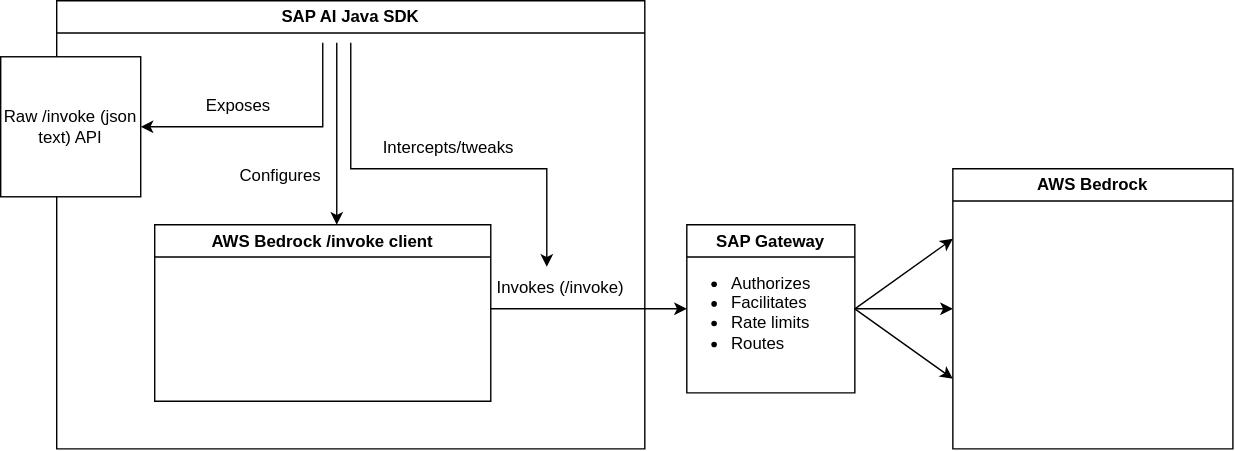
Before: docs/adrs/images/option_b.drawio.svg, a diagram exported from draw.io (SAP/ai-sdk-java). Source tidied: cells renumbered, new cells last; positions are measured from the earlier drawing's top-left corner, leaving out a move shared by most shapes. Source of this version:
```xml
<mxGraphModel>
  <root>
    <mxCell id="0" />
    <mxCell id="1" parent="0" />
    <mxCell id="2" value="AWS Bedrock /invoke client" style="swimlane;whiteSpace=wrap;html=1;" parent="1" vertex="1">
      <mxGeometry x="110" y="160" width="240" height="126" as="geometry" />
    </mxCell>
    <mxCell id="3" value="SAP AI Java SDK" style="swimlane;whiteSpace=wrap;html=1;" parent="1" vertex="1">
      <mxGeometry x="40" width="420" height="320" as="geometry" />
    </mxCell>
    <mxCell id="4" value="Raw /invoke (json text) API" style="whiteSpace=wrap;html=1;" parent="3" vertex="1">
      <mxGeometry x="-40" y="40" width="100" height="100" as="geometry" />
    </mxCell>
    <mxCell id="5" value="Exposes" style="text;html=1;whiteSpace=wrap;strokeColor=none;fillColor=none;align=center;verticalAlign=middle;rounded=0;" parent="3" vertex="1">
      <mxGeometry x="100" y="60" width="60" height="30" as="geometry" />
    </mxCell>
    <mxCell id="6" value="Configures" style="text;html=1;whiteSpace=wrap;strokeColor=none;fillColor=none;align=center;verticalAlign=middle;rounded=0;" parent="3" vertex="1">
      <mxGeometry x="110" y="110" width="100" height="30" as="geometry" />
    </mxCell>
    <mxCell id="7" style="endArrow=classic;html=1;rounded=0;entryX=0;entryY=0.5;entryDx=0;entryDy=0;" parent="3" edge="1" target="13">
      <mxGeometry relative="1" as="geometry">
        <mxPoint x="310" y="220" as="sourcePoint" />
      </mxGeometry>
    </mxCell>
    <mxCell id="8" value="Invokes (/invoke)" style="text;html=1;whiteSpace=wrap;strokeColor=none;fillColor=none;align=center;verticalAlign=middle;rounded=0;" parent="3" vertex="1">
      <mxGeometry x="310" y="190" width="100" height="30" as="geometry" />
    </mxCell>
    <mxCell id="9" style="endArrow=classic;html=1;rounded=0;" parent="3" edge="1">
      <mxGeometry x="0.03" relative="1" as="geometry">
        <mxPoint x="210" y="30" as="sourcePoint" />
        <mxPoint x="350" y="190" as="targetPoint" />
        <Array as="points">
          <mxPoint x="210" y="120" />
          <mxPoint x="350" y="120" />
        </Array>
      </mxGeometry>
    </mxCell>
    <mxCell id="10" value="Intercepts/tweaks" style="text;html=1;whiteSpace=wrap;strokeColor=none;fillColor=none;align=center;verticalAlign=middle;rounded=0;" parent="3" vertex="1">
      <mxGeometry x="230" y="90" width="100" height="30" as="geometry" />
    </mxCell>
    <mxCell id="11" style="endArrow=classic;html=1;rounded=0;entryX=1;entryY=0.5;entryDx=0;entryDy=0;" parent="1" edge="1" target="4">
      <mxGeometry relative="1" as="geometry">
        <mxPoint x="230" y="30" as="sourcePoint" />
        <Array as="points">
          <mxPoint x="230" y="90" />
        </Array>
      </mxGeometry>
    </mxCell>
    <mxCell id="12" style="endArrow=classic;html=1;rounded=0;" parent="1" edge="1">
      <mxGeometry relative="1" as="geometry">
        <mxPoint x="240" y="30" as="sourcePoint" />
        <mxPoint x="240" y="160" as="targetPoint" />
      </mxGeometry>
    </mxCell>
    <mxCell id="13" value="SAP Gateway" style="swimlane;whiteSpace=wrap;html=1;" parent="1" vertex="1">
      <mxGeometry x="490" y="160" width="120" height="120" as="geometry" />
    </mxCell>
    <mxCell id="14" value="&lt;ul&gt;&lt;li&gt;Authorizes&lt;/li&gt;&lt;li&gt;Facilitates&lt;br&gt;&lt;/li&gt;&lt;li&gt;Rate limits&lt;/li&gt;&lt;li&gt;Routes&lt;/li&gt;&lt;/ul&gt;" style="text;strokeColor=none;fillColor=none;html=1;whiteSpace=wrap;verticalAlign=middle;overflow=hidden;" parent="13" vertex="1">
      <mxGeometry x="-10" y="20" width="100" height="80" as="geometry" />
    </mxCell>
    <mxCell id="15" value="AWS Bedrock" style="swimlane;whiteSpace=wrap;html=1;startSize=23;" parent="1" vertex="1">
      <mxGeometry x="680" y="120" width="200" height="200" as="geometry" />
    </mxCell>
    <mxCell id="16" style="endArrow=classic;html=1;rounded=0;entryX=0;entryY=0.25;entryDx=0;entryDy=0;" parent="1" edge="1" target="15">
      <mxGeometry relative="1" as="geometry">
        <mxPoint x="610" y="220" as="sourcePoint" />
      </mxGeometry>
    </mxCell>
    <mxCell id="17" style="endArrow=classic;html=1;rounded=0;entryX=0;entryY=0.5;entryDx=0;entryDy=0;" parent="1" edge="1" target="15">
      <mxGeometry relative="1" as="geometry">
        <mxPoint x="610" y="220" as="sourcePoint" />
      </mxGeometry>
    </mxCell>
    <mxCell id="18" style="endArrow=classic;html=1;rounded=0;entryX=0;entryY=0.75;entryDx=0;entryDy=0;" parent="1" edge="1" target="15">
      <mxGeometry relative="1" as="geometry">
        <mxPoint x="610" y="220" as="sourcePoint" />
      </mxGeometry>
    </mxCell>
  </root>
</mxGraphModel>
```
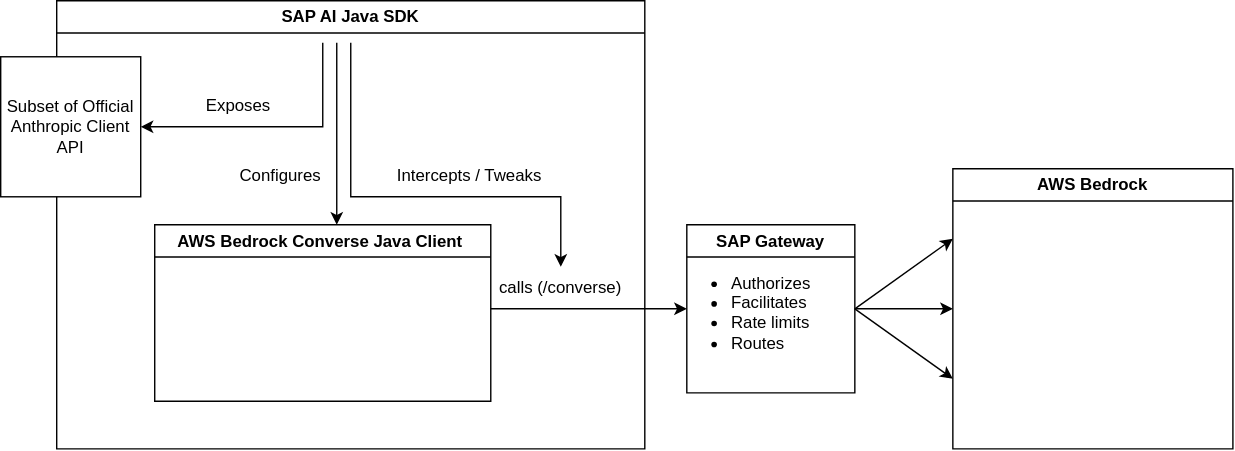
The same diagram one commit later.

Change to the diagram source:
```diff
@@ -2,56 +2,46 @@
   <root>
     <mxCell id="0" />
     <mxCell id="1" parent="0" />
-    <mxCell id="2" value="AWS Bedrock /invoke client" style="swimlane;whiteSpace=wrap;html=1;" parent="1" vertex="1">
-      <mxGeometry x="110" y="160" width="240" height="126" as="geometry" />
-    </mxCell>
+    <mxCell id="19" value="AWS Bedrock Converse Java Client&amp;nbsp;" style="swimlane;whiteSpace=wrap;html=1;" parent="1" vertex="1">
+      <mxGeometry x="110" y="160" width="240" height="126" as="geometry" />
+    </mxCell>
     <mxCell id="3" value="SAP AI Java SDK" style="swimlane;whiteSpace=wrap;html=1;" parent="1" vertex="1">
       <mxGeometry x="40" width="420" height="320" as="geometry" />
     </mxCell>
-    <mxCell id="4" value="Raw /invoke (json text) API" style="whiteSpace=wrap;html=1;" parent="3" vertex="1">
-      <mxGeometry x="-40" y="40" width="100" height="100" as="geometry" />
-    </mxCell>
+    <mxCell id="20" value="Subset of Official Anthropic Client API" style="whiteSpace=wrap;html=1;" parent="3" vertex="1">
+      <mxGeometry x="-40" y="40" width="100" height="100" as="geometry" />
+    </mxCell>
     <mxCell id="5" value="Exposes" style="text;html=1;whiteSpace=wrap;strokeColor=none;fillColor=none;align=center;verticalAlign=middle;rounded=0;" parent="3" vertex="1">
       <mxGeometry x="100" y="60" width="60" height="30" as="geometry" />
     </mxCell>
     <mxCell id="6" value="Configures" style="text;html=1;whiteSpace=wrap;strokeColor=none;fillColor=none;align=center;verticalAlign=middle;rounded=0;" parent="3" vertex="1">
       <mxGeometry x="110" y="110" width="100" height="30" as="geometry" />
     </mxCell>
-    <mxCell id="7" style="endArrow=classic;html=1;rounded=0;entryX=0;entryY=0.5;entryDx=0;entryDy=0;" parent="3" edge="1" target="13">
-      <mxGeometry relative="1" as="geometry">
-        <mxPoint x="310" y="220" as="sourcePoint" />
-      </mxGeometry>
-    </mxCell>
-    <mxCell id="8" value="Invokes (/invoke)" style="text;html=1;whiteSpace=wrap;strokeColor=none;fillColor=none;align=center;verticalAlign=middle;rounded=0;" parent="3" vertex="1">
-      <mxGeometry x="310" y="190" width="100" height="30" as="geometry" />
-    </mxCell>
-    <mxCell id="9" style="endArrow=classic;html=1;rounded=0;" parent="3" edge="1">
-      <mxGeometry x="0.03" relative="1" as="geometry">
-        <mxPoint x="210" y="30" as="sourcePoint" />
-        <mxPoint x="350" y="190" as="targetPoint" />
-        <Array as="points">
-          <mxPoint x="210" y="120" />
-          <mxPoint x="350" y="120" />
-        </Array>
-      </mxGeometry>
-    </mxCell>
-    <mxCell id="10" value="Intercepts/tweaks" style="text;html=1;whiteSpace=wrap;strokeColor=none;fillColor=none;align=center;verticalAlign=middle;rounded=0;" parent="3" vertex="1">
-      <mxGeometry x="230" y="90" width="100" height="30" as="geometry" />
-    </mxCell>
-    <mxCell id="11" style="endArrow=classic;html=1;rounded=0;entryX=1;entryY=0.5;entryDx=0;entryDy=0;" parent="1" edge="1" target="4">
-      <mxGeometry relative="1" as="geometry">
-        <mxPoint x="230" y="30" as="sourcePoint" />
-        <Array as="points">
-          <mxPoint x="230" y="90" />
-        </Array>
-      </mxGeometry>
-    </mxCell>
-    <mxCell id="12" style="endArrow=classic;html=1;rounded=0;" parent="1" edge="1">
-      <mxGeometry relative="1" as="geometry">
-        <mxPoint x="240" y="30" as="sourcePoint" />
-        <mxPoint x="240" y="160" as="targetPoint" />
-      </mxGeometry>
-    </mxCell>
+    <mxCell id="21" style="endArrow=classic;html=1;rounded=0;entryX=0;entryY=0.5;entryDx=0;entryDy=0;" parent="3" edge="1" target="13">
+      <mxGeometry relative="1" as="geometry">
+        <mxPoint x="310" y="220" as="sourcePoint" />
+      </mxGeometry>
+    </mxCell>
+    <mxCell id="22" value="calls&lt;span style=&quot;background-color: transparent; color: light-dark(rgb(0, 0, 0), rgb(255, 255, 255));&quot;&gt;&amp;nbsp;(/converse)&lt;/span&gt;" style="text;html=1;whiteSpace=wrap;strokeColor=none;fillColor=none;align=center;verticalAlign=middle;rounded=0;" parent="3" vertex="1">
+      <mxGeometry x="310" y="190" width="100" height="30" as="geometry" />
+    </mxCell>
+    <mxCell id="23" value="Intercepts / Tweaks" style="text;html=1;whiteSpace=wrap;strokeColor=none;fillColor=none;align=center;verticalAlign=middle;rounded=0;" parent="3" vertex="1">
+      <mxGeometry x="230" y="110" width="130" height="30" as="geometry" />
+    </mxCell>
+    <mxCell id="24" style="endArrow=classic;html=1;rounded=0;entryX=1;entryY=0.5;entryDx=0;entryDy=0;" parent="1" edge="1" target="20">
+      <mxGeometry relative="1" as="geometry">
+        <mxPoint x="230" y="30" as="sourcePoint" />
+        <Array as="points">
+          <mxPoint x="230" y="90" />
+        </Array>
+      </mxGeometry>
+    </mxCell>
+    <mxCell id="25" style="endArrow=classic;html=1;rounded=0;" parent="1" edge="1">
+      <mxGeometry relative="1" as="geometry">
+        <mxPoint x="240" y="30" as="sourcePoint" />
+        <mxPoint x="240" y="160" as="targetPoint" />
+      </mxGeometry>
+    </mxCell>
     <mxCell id="13" value="SAP Gateway" style="swimlane;whiteSpace=wrap;html=1;" parent="1" vertex="1">
       <mxGeometry x="490" y="160" width="120" height="120" as="geometry" />
     </mxCell>
@@ -61,20 +51,29 @@
     <mxCell id="15" value="AWS Bedrock" style="swimlane;whiteSpace=wrap;html=1;startSize=23;" parent="1" vertex="1">
       <mxGeometry x="680" y="120" width="200" height="200" as="geometry" />
     </mxCell>
-    <mxCell id="16" style="endArrow=classic;html=1;rounded=0;entryX=0;entryY=0.25;entryDx=0;entryDy=0;" parent="1" edge="1" target="15">
-      <mxGeometry relative="1" as="geometry">
-        <mxPoint x="610" y="220" as="sourcePoint" />
-      </mxGeometry>
-    </mxCell>
-    <mxCell id="17" style="endArrow=classic;html=1;rounded=0;entryX=0;entryY=0.5;entryDx=0;entryDy=0;" parent="1" edge="1" target="15">
-      <mxGeometry relative="1" as="geometry">
-        <mxPoint x="610" y="220" as="sourcePoint" />
-      </mxGeometry>
-    </mxCell>
-    <mxCell id="18" style="endArrow=classic;html=1;rounded=0;entryX=0;entryY=0.75;entryDx=0;entryDy=0;" parent="1" edge="1" target="15">
-      <mxGeometry relative="1" as="geometry">
-        <mxPoint x="610" y="220" as="sourcePoint" />
-      </mxGeometry>
-    </mxCell>
+    <mxCell id="26" style="endArrow=classic;html=1;rounded=0;entryX=0;entryY=0.25;entryDx=0;entryDy=0;" parent="1" edge="1" target="15">
+      <mxGeometry relative="1" as="geometry">
+        <mxPoint x="610" y="220" as="sourcePoint" />
+      </mxGeometry>
+    </mxCell>
+    <mxCell id="27" style="endArrow=classic;html=1;rounded=0;entryX=0;entryY=0.5;entryDx=0;entryDy=0;" parent="1" edge="1" target="15">
+      <mxGeometry relative="1" as="geometry">
+        <mxPoint x="610" y="220" as="sourcePoint" />
+      </mxGeometry>
+    </mxCell>
+    <mxCell id="28" style="endArrow=classic;html=1;rounded=0;entryX=0;entryY=0.75;entryDx=0;entryDy=0;" parent="1" edge="1" target="15">
+      <mxGeometry relative="1" as="geometry">
+        <mxPoint x="610" y="220" as="sourcePoint" />
+      </mxGeometry>
+    </mxCell>
+    <mxCell id="29" style="endArrow=classic;html=1;rounded=0;entryX=0.5;entryY=0;entryDx=0;entryDy=0;" parent="1" edge="1" target="22">
+      <mxGeometry relative="1" as="geometry">
+        <mxPoint x="250" y="30" as="sourcePoint" />
+        <Array as="points">
+          <mxPoint x="250" y="140" />
+          <mxPoint x="400" y="140" />
+        </Array>
+      </mxGeometry>
+    </mxCell>
   </root>
 </mxGraphModel>
```
